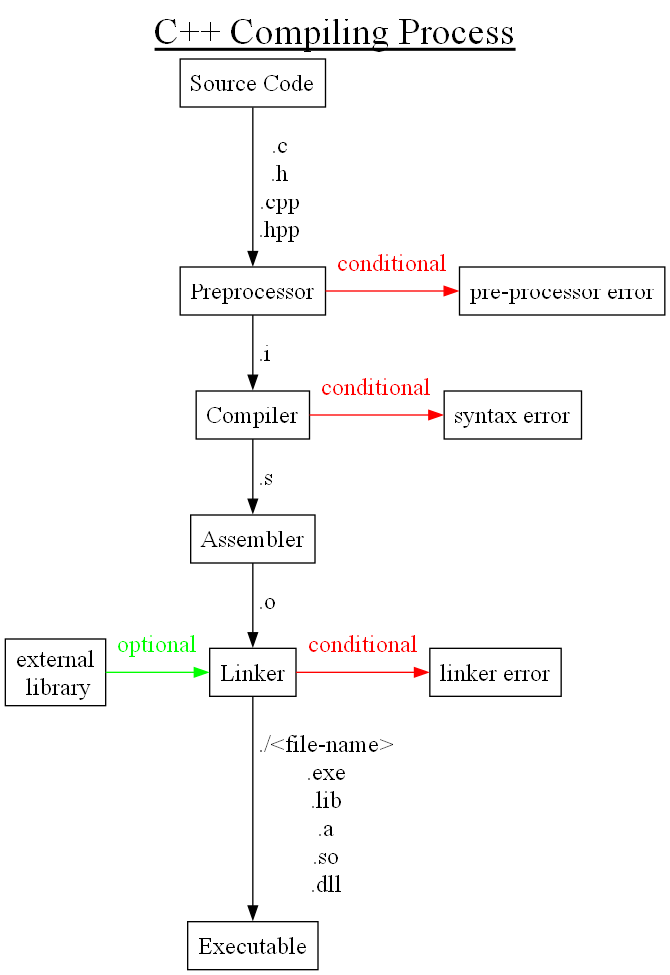
This is src/content/post-diagrams/compiling-process/compiling.png from KielCruey/blog, a Graphviz export, as it was before one commit. Its source is kept beside it as src/content/post-diagrams/compiling-process/compiling.gv. The source it was exported from:
```dot
digraph compiling {
    splines=line
    splines=false
    graph [label=<<u>C++ Compiling Process</u>> fontsize="28" labelloc="t"]
    node [shape=box, style="filled", fillcolor=white fontsize=18]
    edge [fontsize=18]

    sc [label="Source Code"]

    subgraph preprocessor {
        rankdir=RL
        rank=same
        p [label="Preprocessor"]
        ppe [label="pre-processor error"]

        p:e -> ppe:w [label="conditional" fontcolor=red color=red]
    }

    subgraph compiler {
        rankdir=RL
        rank=same

        c [label="Compiler"]
        ce [label="syntax error"]

        c:e -> ce:w [label="conditional" fontcolor=red color=red]
    }

    a [label="Assembler"]

    subgraph linker {
        rankdir=RL
        rank=same

        lib [label="external\n library"]
        l [label="Linker"]
        le [label="linker error"]

        lib:e -> l:w [label="optional" fontcolor=green color=green];
        l:e -> le:w [label="conditional" fontcolor=red color=red]
    }

    e [label="Executable"]

    sc -> p [label=" .c\n .h\n .cpp\n .hpp"];
    p -> c [label=" .i"];
    c -> a [label=" .s"];
    a -> l [label=" .o"];
    l -> e [label=" ./<file-name>\n .exe\n .lib\n .a\n .so\n .dll"];
}
```
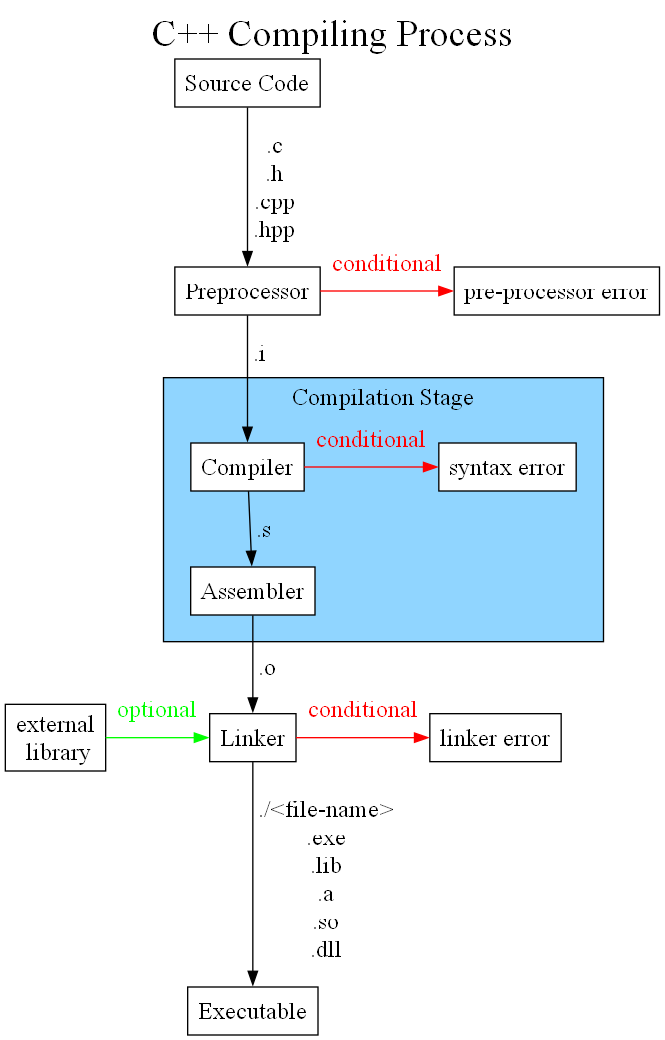
After the change.

Change to the diagram source:
```diff
@@ -1,46 +1,55 @@
 digraph compiling {
+    label="C++ Compiling Process"
+    labelloc="t"
+    fontsize=28
     splines=line
     splines=false
-    graph [label=<<u>C++ Compiling Process</u>> fontsize="28" labelloc="t"]
-    node [shape=box, style="filled", fillcolor=white fontsize=18]
-    edge [fontsize=18]
+    node [shape=box, style="filled", fillcolor=white fontsize=18];
+    edge [fontsize=18];
 
-    sc [label="Source Code"]
+    sc [label="Source Code"];
 
     subgraph preprocessor {
-        rankdir=RL
-        rank=same
-        p [label="Preprocessor"]
-        ppe [label="pre-processor error"]
+        rankdir=RL;
+        rank=same;
+        p [label="Preprocessor"];
+        ppe [label="pre-processor error"];
 
-        p:e -> ppe:w [label="conditional" fontcolor=red color=red]
+        p:e -> ppe:w [label="conditional" fontcolor=red color=red];
     }
 
-    subgraph compiler {
-        rankdir=RL
-        rank=same
+    subgraph cluster_compiler {
+        label="Compilation Stage"
+        fontsize=18
+        margin=20
+        fillcolor="#90D5FF"
+        style=filled
+        subgraph compiler {
+            rankdir=RL;
+            rank=same;
 
-        c [label="Compiler"]
-        ce [label="syntax error"]
+            c [label="Compiler"];
+            ce [label="syntax error"];
 
-        c:e -> ce:w [label="conditional" fontcolor=red color=red]
+            c:e -> ce:w [label="conditional" fontcolor=red color=red];
+        }
+
+        a [label="Assembler"];
     }
 
-    a [label="Assembler"]
+    subgraph linker {
+        rankdir=RL;
+        rank=same;
 
-    subgraph linker {
-        rankdir=RL
-        rank=same
-
-        lib [label="external\n library"]
-        l [label="Linker"]
-        le [label="linker error"]
+        lib [label="external\n library"];
+        l [label="Linker"];
+        le [label="linker error"];
 
         lib:e -> l:w [label="optional" fontcolor=green color=green];
-        l:e -> le:w [label="conditional" fontcolor=red color=red]
+        l:e -> le:w [label="conditional" fontcolor=red color=red];
     }
 
-    e [label="Executable"]
+    e [label="Executable"];
 
     sc -> p [label=" .c\n .h\n .cpp\n .hpp"];
     p -> c [label=" .i"];
```
